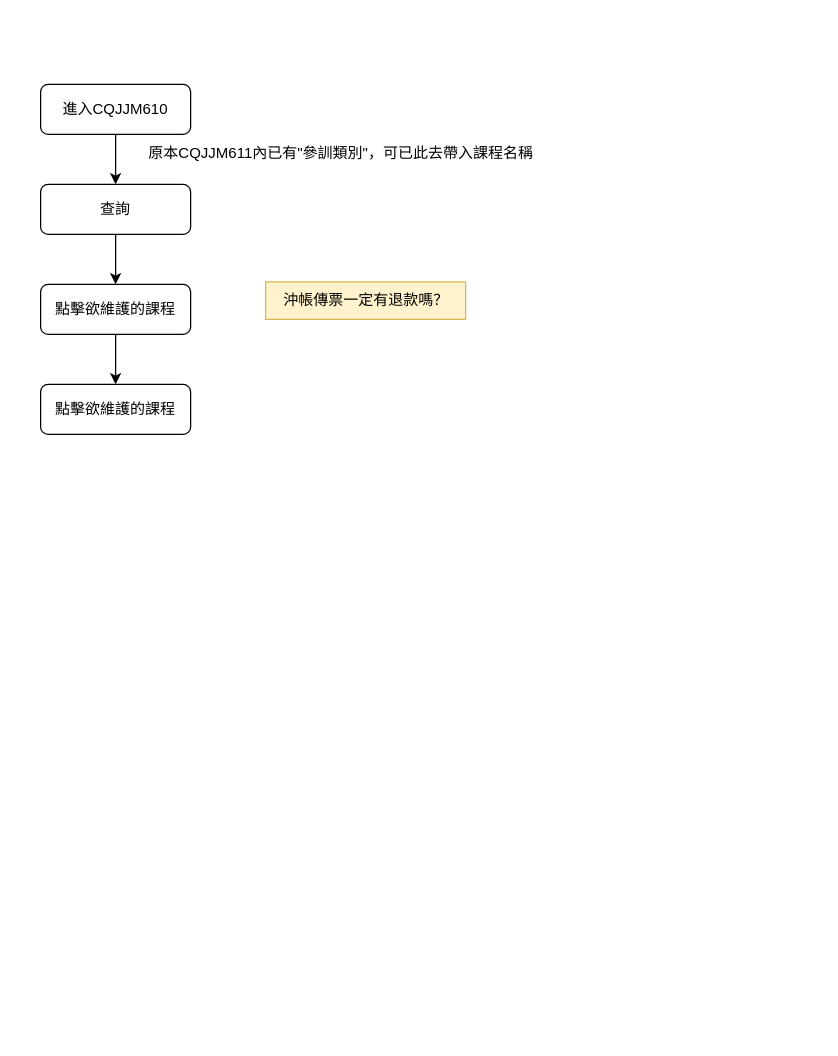
Earlier version of the draw.io diagram page "第 2 页" (2 of 2) of activity/廠外教育訓練資料維護(CQJJM610).drawio (Pan-A321/FH_Drawing). Source tidied: cells renumbered, new cells numbered last; positions are measured from the earlier drawing's top-left corner, leaving out a move shared by most shapes. Both pictures are drawn from the tidied source at 125%, with x=0, y=0 at pixel (40, 84).
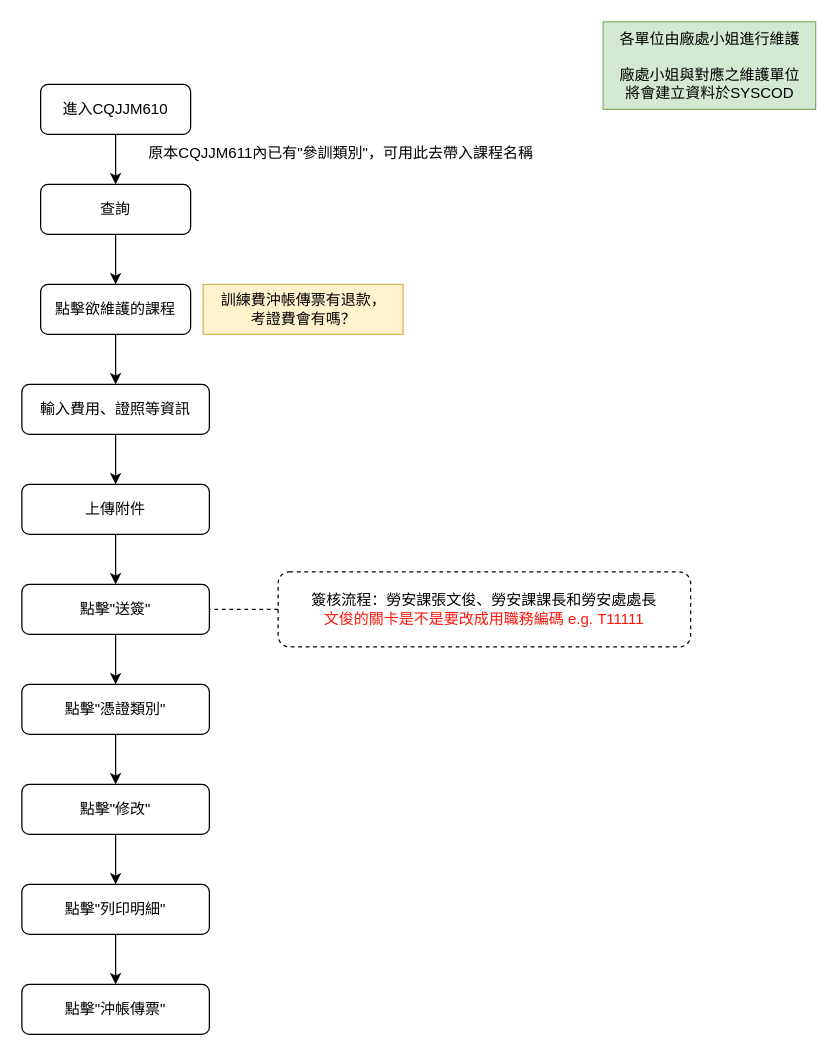
Above is the later version.

Commit message:
更新廠外教育訓練資料維護(CQJJM610).drawio

The edit, as a diff of the source:
```diff
@@
+    <mxCell id="11" style="edgeStyle=orthogonalEdgeStyle;rounded=0;jettySize=auto;html=1;entryX=0.5;entryY=0;entryDx=0;entryDy=0;" parent="1" edge="1" source="8" target="13">
+      <mxGeometry relative="1" as="geometry" />
+    </mxCell>
-    <mxCell id="8" value="點擊欲維護的課程" style="rounded=1;whiteSpace=wrap;html=1;" parent="1" vertex="1">
-      <mxGeometry y="240" width="120" height="40" as="geometry" />
+    <mxCell id="8" value="輸入費用、證照等資訊" style="rounded=1;whiteSpace=wrap;html=1;" parent="1" vertex="1">
+      <mxGeometry x="-15" y="240" width="150" height="40" as="geometry" />
     </mxCell>
-    <mxCell id="9" value="原本CQJJM611內已有&quot;參訓類別&quot;，可已此去帶入課程名稱" style="text;html=1;align=center;verticalAlign=middle;strokeColor=none;fillColor=none;" parent="1" vertex="1">
+    <mxCell id="9" value="原本CQJJM611內已有&quot;參訓類別&quot;，可用此去帶入課程名稱" style="text;html=1;align=center;verticalAlign=middle;strokeColor=none;fillColor=none;" parent="1" vertex="1">
       <mxGeometry x="75" y="40" width="330" height="30" as="geometry" />
     </mxCell>
-    <mxCell id="10" value="沖帳傳票一定有退款嗎？" style="text;html=1;align=center;verticalAlign=middle;strokeColor=#d6b656;fillColor=#fff2cc;" parent="1" vertex="1">
-      <mxGeometry x="180" y="158" width="160" height="30" as="geometry" />
+    <mxCell id="10" value="訓練費沖帳傳票有退款，&lt;div&gt;考證費會有嗎？&lt;/div&gt;" style="text;html=1;align=center;verticalAlign=middle;strokeColor=#d6b656;fillColor=#fff2cc;" parent="1" vertex="1">
+      <mxGeometry x="130" y="160" width="160" height="40" as="geometry" />
     </mxCell>
+    <mxCell id="12" style="edgeStyle=orthogonalEdgeStyle;rounded=0;jettySize=auto;html=1;" parent="1" edge="1" source="13" target="15">
+      <mxGeometry relative="1" as="geometry" />
+    </mxCell>
+    <mxCell id="13" value="上傳附件" style="rounded=1;whiteSpace=wrap;html=1;" parent="1" vertex="1">
+      <mxGeometry x="-15" y="320" width="150" height="40" as="geometry" />
+    </mxCell>
+    <mxCell id="14" style="edgeStyle=orthogonalEdgeStyle;rounded=0;jettySize=auto;html=1;" parent="1" edge="1" source="15" target="20">
+      <mxGeometry relative="1" as="geometry" />
+    </mxCell>
+    <mxCell id="15" value="點擊&quot;送簽&quot;" style="rounded=1;whiteSpace=wrap;html=1;" parent="1" vertex="1">
+      <mxGeometry x="-15" y="400" width="150" height="40" as="geometry" />
+    </mxCell>
+    <mxCell id="16" style="edgeStyle=orthogonalEdgeStyle;rounded=0;jettySize=auto;html=1;entryX=1;entryY=0.5;entryDx=0;entryDy=0;dashed=1;endArrow=none;endFill=0;" parent="1" edge="1" source="17" target="15">
+      <mxGeometry relative="1" as="geometry" />
+    </mxCell>
+    <mxCell id="17" value="&lt;div&gt;簽核流程：&lt;span style=&quot;text-wrap: nowrap; background-color: initial;&quot;&gt;勞安課張文俊、勞安課課長和勞安處處長&lt;/span&gt;&lt;/div&gt;&lt;div&gt;&lt;font color=&quot;#ff150d&quot;&gt;&lt;span style=&quot;text-wrap: nowrap; background-color: initial;&quot;&gt;文俊的關卡是不是要改成用職務編碼 e.g.&amp;nbsp;&lt;/span&gt;&lt;span style=&quot;background-color: initial; text-wrap: nowrap;&quot;&gt;T11111&lt;/span&gt;&lt;/font&gt;&lt;/div&gt;" style="whiteSpace=wrap;html=1;rounded=1;glass=0;strokeWidth=1;shadow=0;dashed=1;" parent="1" vertex="1">
+      <mxGeometry x="190" y="390" width="330" height="60" as="geometry" />
+    </mxCell>
+    <mxCell id="18" value="各單位由廠處小姐進行維護&lt;div&gt;&lt;br&gt;&lt;div&gt;廠處小姐與對應之維護單位&lt;/div&gt;&lt;/div&gt;&lt;div&gt;將會建立資料於SYSCOD&lt;/div&gt;" style="text;html=1;align=center;verticalAlign=middle;strokeColor=#82b366;fillColor=#d5e8d4;" parent="1" vertex="1">
+      <mxGeometry x="450" y="-50" width="170" height="70" as="geometry" />
+    </mxCell>
+    <mxCell id="19" style="edgeStyle=orthogonalEdgeStyle;rounded=0;jettySize=auto;html=1;entryX=0.5;entryY=0;entryDx=0;entryDy=0;" parent="1" edge="1" source="20" target="22">
+      <mxGeometry relative="1" as="geometry" />
+    </mxCell>
+    <mxCell id="20" value="點擊&quot;&lt;span style=&quot;text-wrap: nowrap;&quot;&gt;憑證類別&quot;&lt;/span&gt;" style="rounded=1;whiteSpace=wrap;html=1;" parent="1" vertex="1">
+      <mxGeometry x="-15" y="480" width="150" height="40" as="geometry" />
+    </mxCell>
+    <mxCell id="21" style="edgeStyle=orthogonalEdgeStyle;rounded=0;jettySize=auto;html=1;" parent="1" edge="1" source="22" target="24">
+      <mxGeometry relative="1" as="geometry" />
+    </mxCell>
+    <mxCell id="22" value="點擊&quot;&lt;span style=&quot;text-wrap: nowrap;&quot;&gt;修改&lt;/span&gt;&lt;span style=&quot;text-wrap: nowrap;&quot;&gt;&quot;&lt;/span&gt;" style="rounded=1;whiteSpace=wrap;html=1;" parent="1" vertex="1">
+      <mxGeometry x="-15" y="560" width="150" height="40" as="geometry" />
+    </mxCell>
+    <mxCell id="23" style="edgeStyle=orthogonalEdgeStyle;rounded=0;jettySize=auto;html=1;" parent="1" edge="1" source="24" target="25">
+      <mxGeometry relative="1" as="geometry" />
+    </mxCell>
+    <mxCell id="24" value="點擊&quot;&lt;span style=&quot;text-wrap: nowrap;&quot;&gt;列印明細&lt;/span&gt;&lt;span style=&quot;text-wrap: nowrap;&quot;&gt;&quot;&lt;/span&gt;" style="rounded=1;whiteSpace=wrap;html=1;" parent="1" vertex="1">
+      <mxGeometry x="-15" y="640" width="150" height="40" as="geometry" />
+    </mxCell>
+    <mxCell id="25" value="點擊&quot;&lt;span style=&quot;text-wrap: nowrap;&quot;&gt;沖帳傳票&lt;/span&gt;&lt;span style=&quot;text-wrap: nowrap;&quot;&gt;&quot;&lt;/span&gt;" style="rounded=1;whiteSpace=wrap;html=1;" parent="1" vertex="1">
+      <mxGeometry x="-15" y="720" width="150" height="40" as="geometry" />
+    </mxCell>
```
